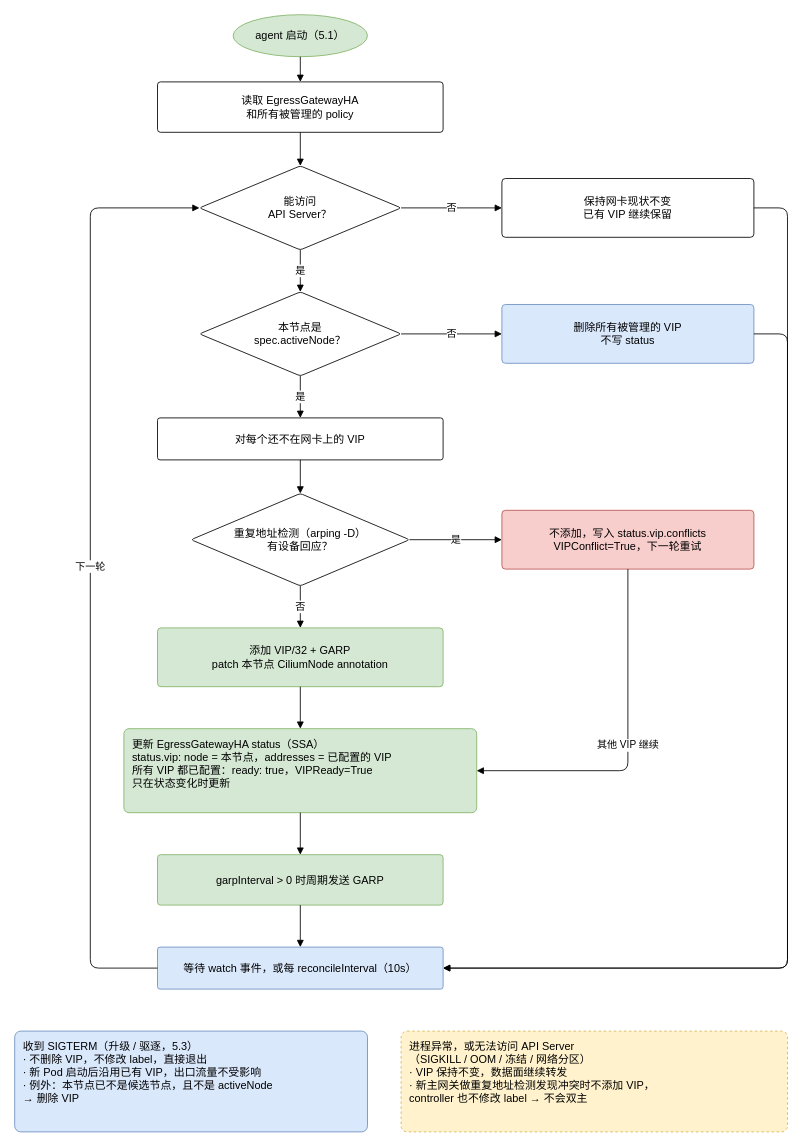
This is docs/images/agent-workflow.drawio from spidernet-io/cilium-egressgateway-ha, a draw.io file, before an edit. Source tidied: cells renumbered, new cells numbered last; positions are measured from the earlier drawing's top-left corner, leaving out a move shared by most shapes. Both pictures are drawn from the tidied source at 84%, with x=0, y=0 at pixel (14, 14).
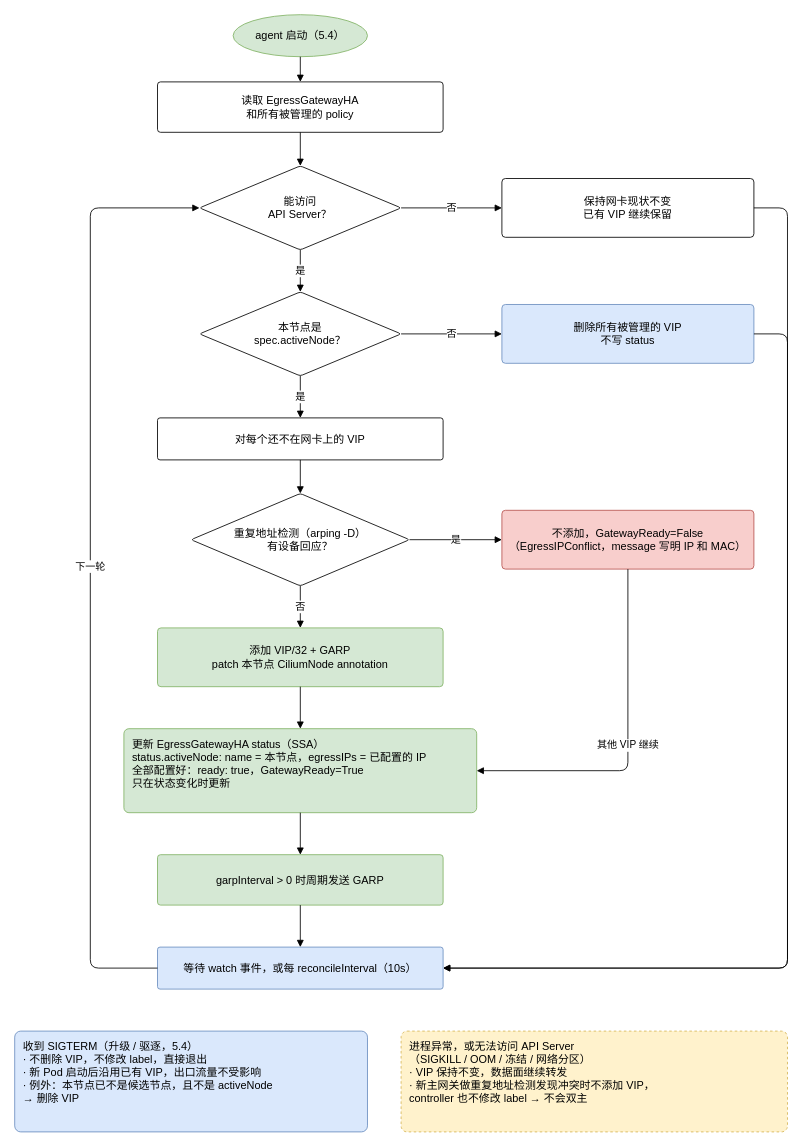
The same page after the edit.

Diff of the diagram source:
```diff
@@
-    <mxCell id="2" value="agent 启动（5.1）" style="rounded=1;whiteSpace=wrap;html=1;arcSize=6;fontSize=13;ellipse;fillColor=#d5e8d4;strokeColor=#82b366;" parent="1" vertex="1">
+    <mxCell id="2" value="agent 启动（5.4）" style="rounded=1;whiteSpace=wrap;html=1;arcSize=6;fontSize=13;ellipse;fillColor=#d5e8d4;strokeColor=#82b366;" parent="1" vertex="1">
       <mxGeometry x="260" width="160" height="50" as="geometry" />
     </mxCell>
@@
-    <mxCell id="10" value="不添加，写入 status.vip.conflicts&lt;br&gt;VIPConflict=True，下一轮重试" style="rounded=1;whiteSpace=wrap;html=1;arcSize=6;fontSize=13;fillColor=#f8cecc;strokeColor=#b85450;" parent="1" vertex="1">
+    <mxCell id="10" value="不添加，GatewayReady=False&lt;br&gt;（EgressIPConflict，message 写明 IP 和 MAC）" style="rounded=1;whiteSpace=wrap;html=1;arcSize=6;fontSize=13;fillColor=#f8cecc;strokeColor=#b85450;" parent="1" vertex="1">
       <mxGeometry x="580" y="590" width="300" height="70" as="geometry" />
     </mxCell>
@@
-    <mxCell id="12" value="更新 EgressGatewayHA status（SSA）&lt;br&gt;status.vip: node = 本节点，addresses = 已配置的 VIP&lt;br&gt;所有 VIP 都已配置：ready: true，VIPReady=True&lt;br&gt;只在状态变化时更新" style="rounded=1;whiteSpace=wrap;html=1;arcSize=6;fontSize=13;fillColor=#d5e8d4;strokeColor=#82b366;align=left;verticalAlign=top;spacingLeft=8;spacingTop=4;" parent="1" vertex="1">
+    <mxCell id="12" value="更新 EgressGatewayHA status（SSA）&lt;br&gt;status.activeNode: name = 本节点，egressIPs = 已配置的 IP&lt;br&gt;全部配置好：ready: true，GatewayReady=True&lt;br&gt;只在状态变化时更新" style="rounded=1;whiteSpace=wrap;html=1;arcSize=6;fontSize=13;fillColor=#d5e8d4;strokeColor=#82b366;align=left;verticalAlign=top;spacingLeft=8;spacingTop=4;" parent="1" vertex="1">
       <mxGeometry x="130" y="850" width="420" height="100" as="geometry" />
     </mxCell>
@@
-    <mxCell id="31" value="收到 SIGTERM（升级 / 驱逐，5.3）&lt;br&gt;· 不删除 VIP，不修改 label，直接退出&lt;br&gt;· 新 Pod 启动后沿用已有 VIP，出口流量不受影响&lt;br&gt;· 例外：本节点已不是候选节点，且不是 activeNode&lt;br&gt;  → 删除 VIP" style="rounded=1;whiteSpace=wrap;html=1;arcSize=6;fontSize=13;fillColor=#dae8fc;strokeColor=#6c8ebf;align=left;verticalAlign=top;spacingLeft=8;spacingTop=4;" parent="1" vertex="1">
+    <mxCell id="31" value="收到 SIGTERM（升级 / 驱逐，5.4）&lt;br&gt;· 不删除 VIP，不修改 label，直接退出&lt;br&gt;· 新 Pod 启动后沿用已有 VIP，出口流量不受影响&lt;br&gt;· 例外：本节点已不是候选节点，且不是 activeNode&lt;br&gt;  → 删除 VIP" style="rounded=1;whiteSpace=wrap;html=1;arcSize=6;fontSize=13;fillColor=#dae8fc;strokeColor=#6c8ebf;align=left;verticalAlign=top;spacingLeft=8;spacingTop=4;" parent="1" vertex="1">
       <mxGeometry y="1210" width="420" height="120" as="geometry" />
     </mxCell>
```
